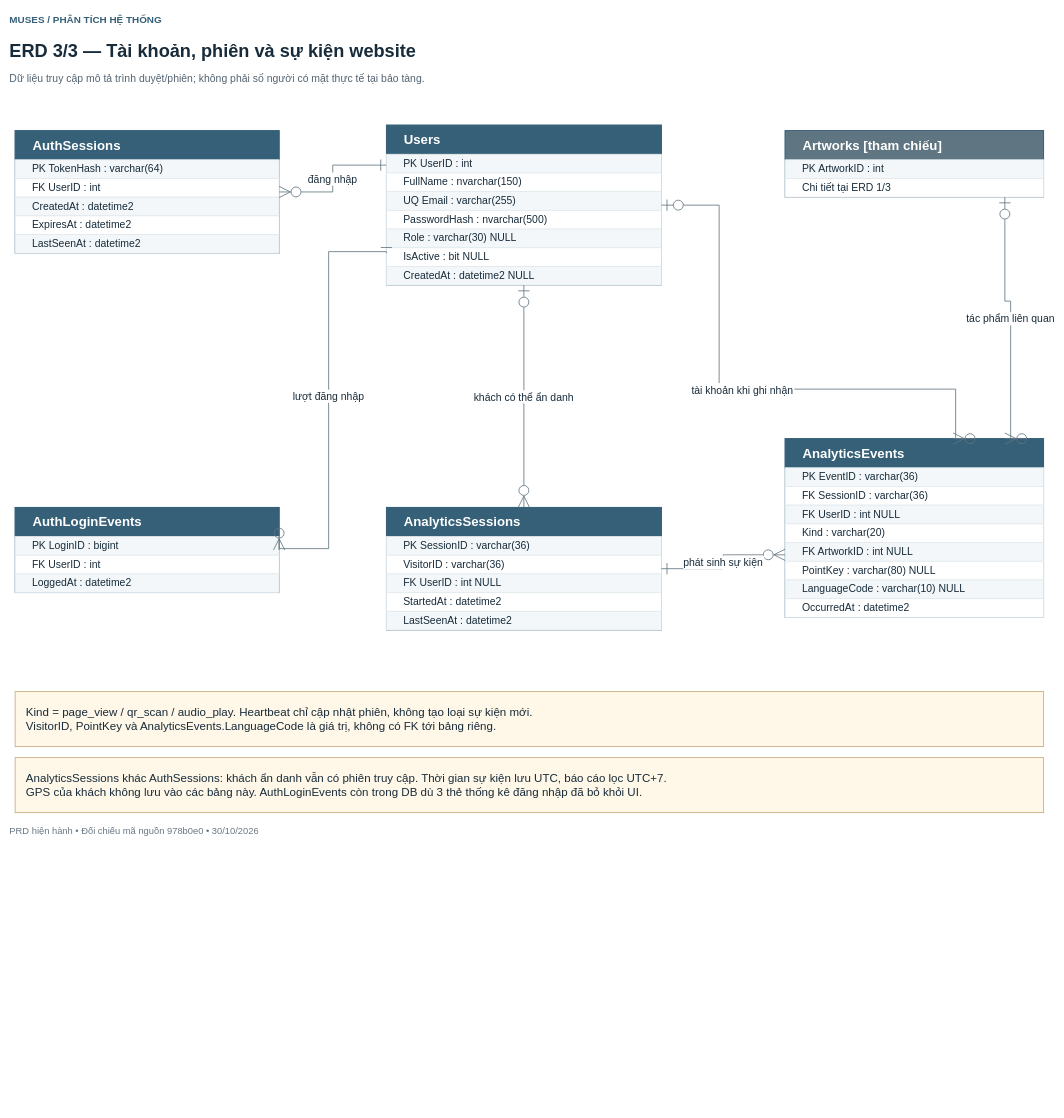
The draw.io diagram page "ERD 3/4 — Tài khoản, phiên và sự kiện website" (3 of 4) of docs/prd/diagrams/source/Muses_ERD.drawio in baybbut/CNPM_GROUP6, before the edit. Source tidied: cells renumbered, new cells numbered last; positions are measured from the earlier drawing's top-left corner, leaving out a move shared by most shapes. Both pictures are drawn from the tidied source at 55%, with x=0, y=0 at pixel (9, 9).
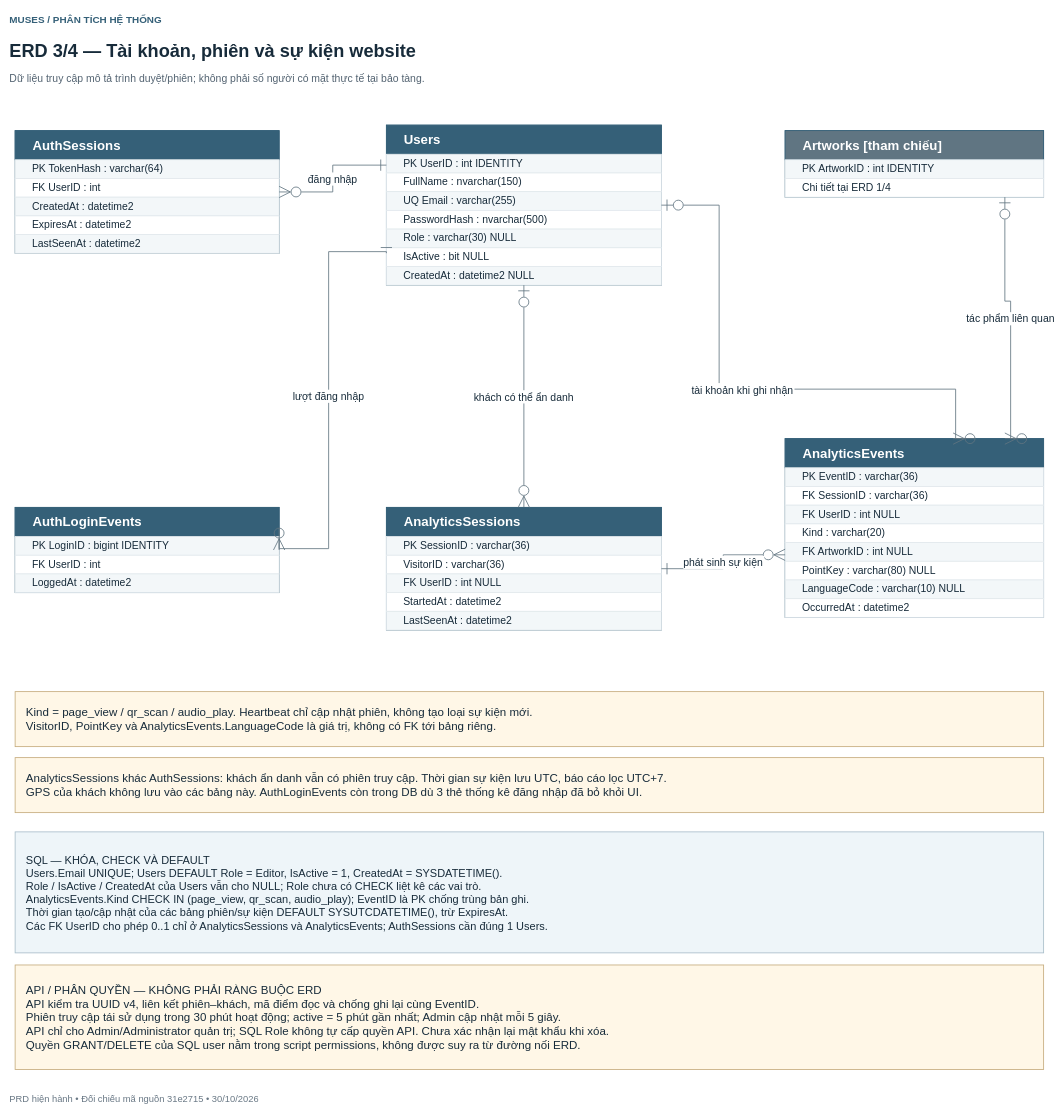
After the change.

What changed in the source:
```diff
@@
-    <mxCell id="3" value="ERD 3/3 — Tài khoản, phiên và sự kiện website" style="fontFamily=Arial;html=0;convertToSvg=1;svgWhiteSpace=wrap;fontColor=#172B3A;text;strokeColor=none;fillColor=none;align=left;verticalAlign=middle;whiteSpace=wrap;overflow=hidden;fontSize=33;fontColor=#172B3A;fontStyle=1;spacing=0;" parent="1" vertex="1">
+    <mxCell id="3" value="ERD 3/4 — Tài khoản, phiên và sự kiện website" style="fontFamily=Arial;html=0;convertToSvg=1;svgWhiteSpace=wrap;fontColor=#172B3A;text;strokeColor=none;fillColor=none;align=left;verticalAlign=middle;whiteSpace=wrap;overflow=hidden;fontSize=33;fontColor=#172B3A;fontStyle=1;spacing=0;" parent="1" vertex="1">
       <mxGeometry y="44" width="1890" height="60" as="geometry" />
     </mxCell>
@@
-    <mxCell id="5" value="PRD hiện hành • Đối chiếu mã nguồn 978b0e0 • 30/10/2026" style="fontFamily=Arial;html=0;convertToSvg=1;svgWhiteSpace=wrap;fontColor=#172B3A;text;strokeColor=none;fillColor=none;align=left;verticalAlign=middle;whiteSpace=wrap;overflow=hidden;fontSize=17;fontColor=#687784;fontStyle=0;spacing=0;" parent="1" vertex="1">
-      <mxGeometry y="1479" width="1890" height="32" as="geometry" />
+    <mxCell id="5" value="PRD hiện hành • Đối chiếu mã nguồn 31e2715 • 30/10/2026" style="fontFamily=Arial;html=0;convertToSvg=1;svgWhiteSpace=wrap;fontColor=#172B3A;text;strokeColor=none;fillColor=none;align=left;verticalAlign=middle;whiteSpace=wrap;overflow=hidden;fontSize=17;fontColor=#687784;fontStyle=0;spacing=0;" parent="1" vertex="1">
+      <mxGeometry y="1966" width="1890" height="32" as="geometry" />
     </mxCell>
@@
-    <mxCell id="8" value="PK  UserID : int" style="fontFamily=Arial;html=0;convertToSvg=1;svgWhiteSpace=wrap;fontColor=#172B3A;rounded=0;whiteSpace=wrap;fillColor=#F3F7F9;strokeColor=#E2E9ED;strokeWidth=1.5;fontSize=19;spacing=16;align=left;spacingLeft=15;spacingTop=0;spacingBottom=0;" parent="1" vertex="1">
+    <mxCell id="8" value="PK  UserID : int IDENTITY" style="fontFamily=Arial;html=0;convertToSvg=1;svgWhiteSpace=wrap;fontColor=#172B3A;rounded=0;whiteSpace=wrap;fillColor=#F3F7F9;strokeColor=#E2E9ED;strokeWidth=1.5;fontSize=19;spacing=16;align=left;spacingLeft=15;spacingTop=0;spacingBottom=0;" parent="1" vertex="1">
       <mxGeometry x="685" y="263" width="500" height="34" as="geometry" />
     </mxCell>
@@
-    <mxCell id="24" value="PK  LoginID : bigint" style="fontFamily=Arial;html=0;convertToSvg=1;svgWhiteSpace=wrap;fontColor=#172B3A;rounded=0;whiteSpace=wrap;fillColor=#F3F7F9;strokeColor=#E2E9ED;strokeWidth=1.5;fontSize=19;spacing=16;align=left;spacingLeft=15;spacingTop=0;spacingBottom=0;" parent="1" vertex="1">
+    <mxCell id="24" value="PK  LoginID : bigint IDENTITY" style="fontFamily=Arial;html=0;convertToSvg=1;svgWhiteSpace=wrap;fontColor=#172B3A;rounded=0;whiteSpace=wrap;fillColor=#F3F7F9;strokeColor=#E2E9ED;strokeWidth=1.5;fontSize=19;spacing=16;align=left;spacingLeft=15;spacingTop=0;spacingBottom=0;" parent="1" vertex="1">
       <mxGeometry x="10" y="958" width="480" height="34" as="geometry" />
     </mxCell>
@@
-    <mxCell id="46" value="PK  ArtworkID : int" style="fontFamily=Arial;html=0;convertToSvg=1;svgWhiteSpace=wrap;fontColor=#172B3A;rounded=0;whiteSpace=wrap;fillColor=#F3F7F9;strokeColor=#E2E9ED;strokeWidth=1.5;fontSize=19;spacing=16;align=left;spacingLeft=15;spacingTop=0;spacingBottom=0;" parent="1" vertex="1">
+    <mxCell id="46" value="PK  ArtworkID : int IDENTITY" style="fontFamily=Arial;html=0;convertToSvg=1;svgWhiteSpace=wrap;fontColor=#172B3A;rounded=0;whiteSpace=wrap;fillColor=#F3F7F9;strokeColor=#E2E9ED;strokeWidth=1.5;fontSize=19;spacing=16;align=left;spacingLeft=15;spacingTop=0;spacingBottom=0;" parent="1" vertex="1">
       <mxGeometry x="1410" y="273" width="470" height="34" as="geometry" />
     </mxCell>
-    <mxCell id="47" value="Chi tiết tại ERD 1/3" style="fontFamily=Arial;html=0;convertToSvg=1;svgWhiteSpace=wrap;fontColor=#172B3A;rounded=0;whiteSpace=wrap;fillColor=#FFFFFF;strokeColor=#E2E9ED;strokeWidth=1.5;fontSize=19;spacing=16;align=left;spacingLeft=15;spacingTop=0;spacingBottom=0;" parent="1" vertex="1">
+    <mxCell id="47" value="Chi tiết tại ERD 1/4" style="fontFamily=Arial;html=0;convertToSvg=1;svgWhiteSpace=wrap;fontColor=#172B3A;rounded=0;whiteSpace=wrap;fillColor=#FFFFFF;strokeColor=#E2E9ED;strokeWidth=1.5;fontSize=19;spacing=16;align=left;spacingLeft=15;spacingTop=0;spacingBottom=0;" parent="1" vertex="1">
       <mxGeometry x="1410" y="307" width="470" height="34" as="geometry" />
     </mxCell>
@@
+    <mxCell id="56" value="SQL — KHÓA, CHECK VÀ DEFAULT&#10;Users.Email UNIQUE; Users DEFAULT Role = Editor, IsActive = 1, CreatedAt = SYSDATETIME().&#10;Role / IsActive / CreatedAt của Users vẫn cho NULL; Role chưa có CHECK liệt kê các vai trò.&#10;AnalyticsEvents.Kind CHECK IN (page_view, qr_scan, audio_play); EventID là PK chống trùng bản ghi.&#10;Thời gian tạo/cập nhật của các bảng phiên/sự kiện DEFAULT SYSUTCDATETIME(), trừ ExpiresAt.&#10;Các FK UserID cho phép 0..1 chỉ ở AnalyticsSessions và AnalyticsEvents; AuthSessions cần đúng 1 Users." style="fontFamily=Arial;html=0;convertToSvg=1;svgWhiteSpace=wrap;fontColor=#172B3A;rounded=0;whiteSpace=wrap;fillColor=#EEF5F9;strokeColor=#A8BDC9;strokeWidth=1.5;fontSize=20;spacing=16;align=left;spacing=20;" parent="1" vertex="1">
+      <mxGeometry x="10" y="1495" width="1870" height="220" as="geometry" />
+    </mxCell>
+    <mxCell id="57" value="API / PHÂN QUYỀN — KHÔNG PHẢI RÀNG BUỘC ERD&#10;API kiểm tra UUID v4, liên kết phiên–khách, mã điểm đọc và chống ghi lại cùng EventID.&#10;Phiên truy cập tái sử dụng trong 30 phút hoạt động; active = 5 phút gần nhất; Admin cập nhật mỗi 5 giây.&#10;API chỉ cho Admin/Administrator quản trị; SQL Role không tự cấp quyền API. Chưa xác nhận lại mật khẩu khi xóa.&#10;Quyền GRANT/DELETE của SQL user nằm trong script permissions, không được suy ra từ đường nối ERD." style="fontFamily=Arial;html=0;convertToSvg=1;svgWhiteSpace=wrap;fontColor=#172B3A;rounded=0;whiteSpace=wrap;fillColor=#FFF7E7;strokeColor=#C5AB7C;strokeWidth=1.5;fontSize=21;spacing=16;align=left;verticalAlign=middle;spacing=20;" parent="1" vertex="1">
+      <mxGeometry x="10" y="1737" width="1870" height="190" as="geometry" />
+    </mxCell>
```
